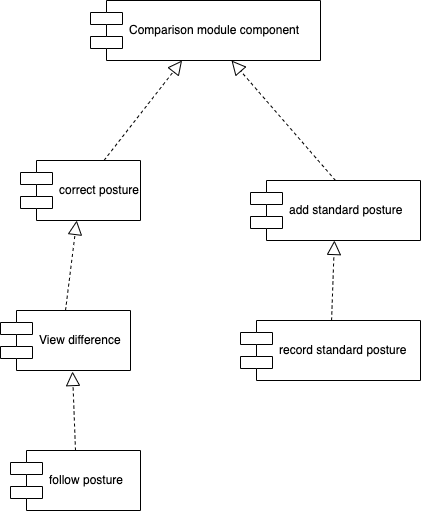
1338199/SDD keeps this draw.io diagram as diagrams/comparison.png. Above is the earlier version. Source tidied: cells renumbered, new cells last; positions are measured from the earlier drawing's top-left corner, leaving out a move shared by most shapes.
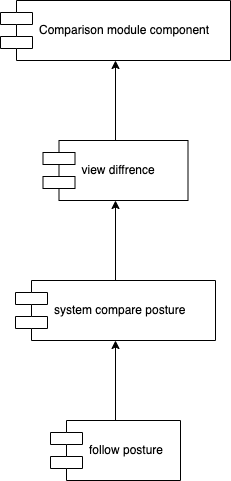
Above is the later version.

Change to the diagram source:
```diff
@@ -3,37 +3,25 @@
     <mxCell id="0" />
     <mxCell id="1" parent="0" />
     <mxCell id="2" value="Comparison module component" style="shape=component;align=left;spacingLeft=36;" parent="1" vertex="1">
-      <mxGeometry x="90" width="230" height="60" as="geometry" />
+      <mxGeometry x="80" width="230" height="60" as="geometry" />
     </mxCell>
-    <mxCell id="3" value="View difference" style="shape=component;align=left;spacingLeft=36;" parent="1" vertex="1">
-      <mxGeometry y="310" width="130" height="60" as="geometry" />
-    </mxCell>
-    <mxCell id="4" value="add standard posture" style="shape=component;align=left;spacingLeft=36;" parent="1" vertex="1">
-      <mxGeometry x="250" y="180" width="170" height="60" as="geometry" />
-    </mxCell>
+    <mxCell id="13" style="edgeStyle=orthogonalEdgeStyle;rounded=0;jettySize=auto;html=1;" parent="1" edge="1" source="5" target="15">
+      <mxGeometry relative="1" as="geometry" />
+    </mxCell>
     <mxCell id="5" value="follow posture" style="shape=component;align=left;spacingLeft=36;" parent="1" vertex="1">
-      <mxGeometry x="10" y="450" width="130" height="60" as="geometry" />
+      <mxGeometry x="130" y="420" width="130" height="60" as="geometry" />
     </mxCell>
-    <mxCell id="6" style="endArrow=block;dashed=1;endFill=0;endSize=12;html=1;exitX=0.5;exitY=0;exitDx=0;exitDy=0;" parent="1" edge="1" source="3" target="11">
-      <mxGeometry relative="1" as="geometry" />
-    </mxCell>
-    <mxCell id="7" style="endArrow=block;dashed=1;endFill=0;endSize=12;html=1;exitX=0.5;exitY=0;exitDx=0;exitDy=0;" parent="1" edge="1" source="4" target="2">
-      <mxGeometry relative="1" as="geometry" />
-    </mxCell>
-    <mxCell id="8" style="endArrow=block;dashed=1;endFill=0;endSize=12;html=1;exitX=0.5;exitY=0;exitDx=0;exitDy=0;entryX=0.554;entryY=1.017;entryDx=0;entryDy=0;entryPerimeter=0;" parent="1" edge="1" source="5" target="3">
-      <mxGeometry relative="1" as="geometry" />
-    </mxCell>
-    <mxCell id="9" value="record standard posture" style="shape=component;align=left;spacingLeft=36;" parent="1" vertex="1">
-      <mxGeometry x="240" y="320" width="180" height="60" as="geometry" />
-    </mxCell>
-    <mxCell id="10" style="endArrow=block;dashed=1;endFill=0;endSize=12;html=1;" parent="1" edge="1" source="9" target="4">
-      <mxGeometry relative="1" as="geometry" />
-    </mxCell>
-    <mxCell id="11" value="correct posture" style="shape=component;align=left;spacingLeft=36;" parent="1" vertex="1">
-      <mxGeometry x="20" y="160" width="120" height="60" as="geometry" />
-    </mxCell>
-    <mxCell id="12" style="endArrow=block;dashed=1;endFill=0;endSize=12;html=1;" parent="1" edge="1" source="11" target="2">
-      <mxGeometry relative="1" as="geometry" />
-    </mxCell>
+    <mxCell id="14" style="edgeStyle=orthogonalEdgeStyle;rounded=0;jettySize=auto;html=1;" parent="1" edge="1" source="15" target="17">
+      <mxGeometry relative="1" as="geometry" />
+    </mxCell>
+    <mxCell id="15" value="system compare posture" style="shape=component;align=left;spacingLeft=36;" parent="1" vertex="1">
+      <mxGeometry x="95" y="280" width="200" height="60" as="geometry" />
+    </mxCell>
+    <mxCell id="16" style="edgeStyle=orthogonalEdgeStyle;rounded=0;jettySize=auto;html=1;" parent="1" edge="1" source="17" target="2">
+      <mxGeometry relative="1" as="geometry" />
+    </mxCell>
+    <mxCell id="17" value="view diffrence" style="shape=component;align=left;spacingLeft=36;" parent="1" vertex="1">
+      <mxGeometry x="122.5" y="140" width="145" height="60" as="geometry" />
+    </mxCell>
   </root>
 </mxGraphModel>
```
